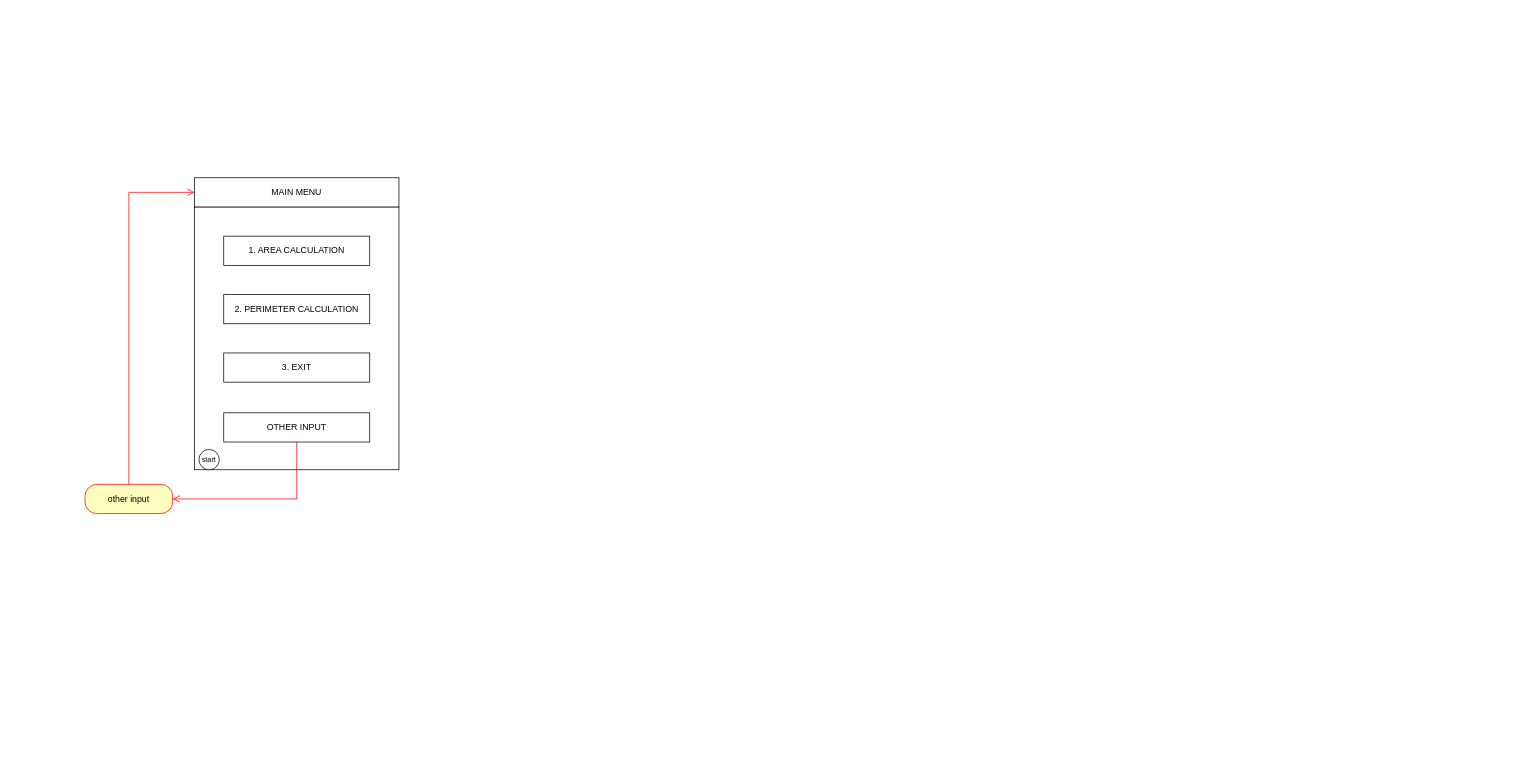
Before: page "Page-1" (1 of 2) of GeometricShapes.drawio in devAbbasAlasgarov/GeometricShapes, a draw.io diagram. Source tidied: cells renumbered, new cells numbered last; positions are measured from the earlier drawing's top-left corner, leaving out a move shared by most shapes. Both pictures are drawn from the tidied source at 73%, with x=0, y=0 at pixel (85, 177).
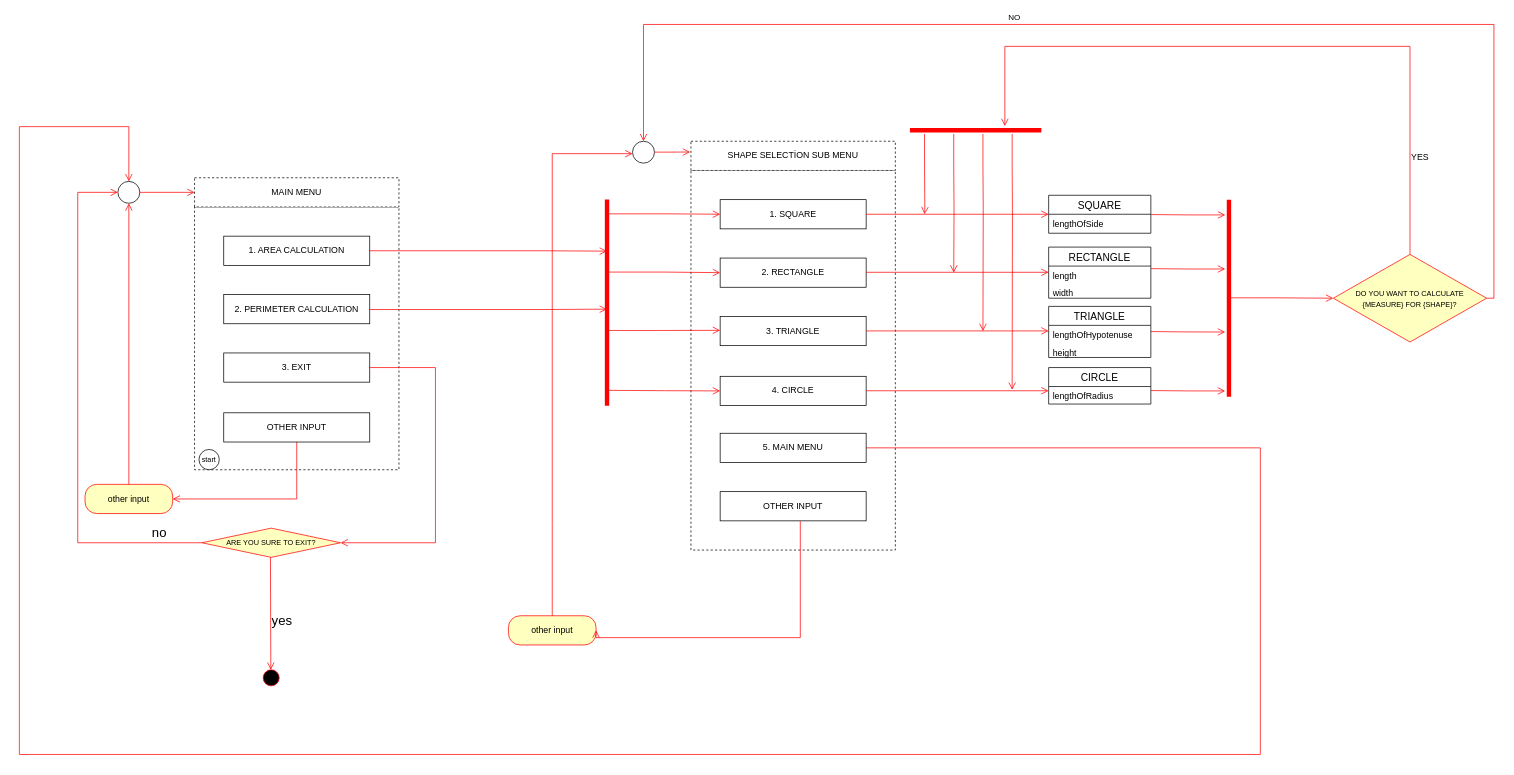
After the change.

The change refers to these unchanged cells:
```xml
<mxCell id="4" value="1. AREA CALCULATION" style="html=1;whiteSpace=wrap;" parent="1" vertex="1">
  <mxGeometry x="190" y="80" width="200" height="40" as="geometry" />
</mxCell>
<mxCell id="6" value="3. EXIT" style="html=1;whiteSpace=wrap;" parent="1" vertex="1">
  <mxGeometry x="190" y="240" width="200" height="40" as="geometry" />
</mxCell>
<mxCell id="10" value="other input" style="rounded=1;whiteSpace=wrap;html=1;arcSize=40;fontColor=#000000;fillColor=#ffffc0;strokeColor=#ff0000;" parent="1" vertex="1">
  <mxGeometry y="420" width="120" height="40" as="geometry" />
</mxCell>
<mxCell id="13" value="OTHER INPUT" style="html=1;whiteSpace=wrap;" parent="1" vertex="1">
  <mxGeometry x="190" y="322" width="200" height="40" as="geometry" />
</mxCell>
```

What changed in the source:
```diff
@@
-    <mxCell id="2" style="rounded=0;whiteSpace=wrap;html=1;" parent="1" vertex="1">
-      <mxGeometry x="150" y="40" width="280" height="360" as="geometry" />
-    </mxCell>
-    <mxCell id="3" value="MAIN MENU" style="html=1;whiteSpace=wrap;" parent="1" vertex="1">
-      <mxGeometry x="150" width="280" height="40" as="geometry" />
-    </mxCell>
+    <mxCell id="14" style="fontStyle=0;dashed=1;html=1;whiteSpace=wrap;" parent="1" vertex="1">
+      <mxGeometry x="150" y="40" width="280" height="360" as="geometry" />
+    </mxCell>
@@
-    <mxCell id="11" style="edgeStyle=orthogonalEdgeStyle;html=1;verticalAlign=bottom;endArrow=open;endSize=8;strokeColor=#ff0000;rounded=0;" parent="1" edge="1" source="10" target="3">
-      <mxGeometry relative="1" as="geometry">
-        <Array as="points">
-          <mxPoint x="60" y="20" />
-        </Array>
-      </mxGeometry>
+    <mxCell id="11" style="edgeStyle=orthogonalEdgeStyle;html=1;verticalAlign=bottom;endArrow=open;endSize=8;strokeColor=#ff0000;rounded=0;entryX=0.5;entryY=1;entryDx=0;entryDy=0;" parent="1" edge="1" source="10" target="18">
+      <mxGeometry relative="1" as="geometry" />
     </mxCell>
-    <mxCell id="12" style="edgeStyle=orthogonalEdgeStyle;html=1;verticalAlign=bottom;endArrow=open;endSize=8;strokeColor=#ff0000;rounded=0;entryX=1;entryY=0.5;entryDx=0;entryDy=0;" parent="1" edge="1" source="13" target="10">
+    <mxCell id="12" style="edgeStyle=orthogonalEdgeStyle;html=1;verticalAlign=bottom;endArrow=open;endSize=8;strokeColor=#ff0000;rounded=0;entryX=1;entryY=0.5;entryDx=0;entryDy=0;exitX=0.5;exitY=1;exitDx=0;exitDy=0;" parent="1" edge="1" source="13" target="10">
       <mxGeometry relative="1" as="geometry">
         <Array as="points">
           <mxPoint x="290" y="440" />
         </Array>
       </mxGeometry>
     </mxCell>
@@
+    <mxCell id="15" value="&lt;font style=&quot;font-size: 10px;&quot;&gt;ARE YOU SURE TO EXIT?&lt;/font&gt;" style="rhombus;whiteSpace=wrap;html=1;fontColor=#000000;fillColor=#ffffc0;strokeColor=#ff0000;" parent="1" vertex="1">
+      <mxGeometry x="160" y="480" width="190" height="40" as="geometry" />
+    </mxCell>
+    <mxCell id="16" value="&lt;font style=&quot;font-size: 18px;&quot;&gt;no&lt;/font&gt;" style="edgeStyle=orthogonalEdgeStyle;html=1;align=left;verticalAlign=bottom;endArrow=open;endSize=8;strokeColor=#ff0000;rounded=0;exitX=0;exitY=0.5;exitDx=0;exitDy=0;entryX=0;entryY=0.5;entryDx=0;entryDy=0;" parent="1" edge="1" source="15" target="18">
+      <mxGeometry x="-0.8" relative="1" as="geometry">
+        <Array as="points">
+          <mxPoint x="-10" y="500" />
+          <mxPoint x="-10" y="20" />
+        </Array>
+      </mxGeometry>
+    </mxCell>
+    <mxCell id="17" style="edgeStyle=orthogonalEdgeStyle;html=1;align=left;verticalAlign=top;endArrow=open;endSize=8;strokeColor=#ff0000;rounded=0;entryX=1;entryY=0.5;entryDx=0;entryDy=0;exitX=1;exitY=0.5;exitDx=0;exitDy=0;" parent="1" edge="1" source="6" target="15">
+      <mxGeometry x="-0.09" y="40" relative="1" as="geometry">
+        <Array as="points">
+          <mxPoint x="480" y="260" />
+          <mxPoint x="480" y="500" />
+        </Array>
+      </mxGeometry>
+    </mxCell>
+    <mxCell id="3" value="MAIN MENU" style="fontStyle=0;dashed=1;html=1;whiteSpace=wrap;" parent="1" vertex="1">
+      <mxGeometry x="150" width="280" height="40" as="geometry" />
+    </mxCell>
+    <mxCell id="18" style="ellipse;" parent="1" vertex="1">
+      <mxGeometry x="45" y="5" width="30" height="30" as="geometry" />
+    </mxCell>
+    <mxCell id="19" style="edgeStyle=orthogonalEdgeStyle;html=1;verticalAlign=bottom;endArrow=open;endSize=8;strokeColor=#ff0000;rounded=0;exitX=1;exitY=0.5;exitDx=0;exitDy=0;entryX=0;entryY=0.5;entryDx=0;entryDy=0;" parent="1" edge="1" source="18" target="3">
+      <mxGeometry relative="1" as="geometry" />
+    </mxCell>
+    <mxCell id="20" style="group;" parent="1" vertex="1">
+      <mxGeometry x="240" y="520" width="30" height="180" as="geometry" />
+    </mxCell>
+    <mxCell id="21" value="&lt;font style=&quot;font-size: 18px;&quot;&gt;yes&lt;/font&gt;" style="edgeStyle=orthogonalEdgeStyle;html=1;align=left;verticalAlign=top;endArrow=open;endSize=8;strokeColor=#ff0000;rounded=0;entryX=0.483;entryY=0.136;entryDx=0;entryDy=0;entryPerimeter=0;" parent="20" edge="1" target="22">
+      <mxGeometry x="-0.09" relative="1" as="geometry">
+        <mxPoint x="14" as="sourcePoint" />
+      </mxGeometry>
+    </mxCell>
+    <mxCell id="22" style="ellipse;html=1;shape=startState;fillColor=#000000;strokeColor=#ff0000;" parent="20" vertex="1">
+      <mxGeometry y="150" width="30" height="30" as="geometry" />
+    </mxCell>
+    <mxCell id="23" style="fontStyle=0;dashed=1;html=1;whiteSpace=wrap;" parent="1" vertex="1">
+      <mxGeometry x="830" y="-10" width="280" height="520" as="geometry" />
+    </mxCell>
+    <mxCell id="24" value="1. SQUARE" style="html=1;whiteSpace=wrap;" parent="1" vertex="1">
+      <mxGeometry x="870" y="30" width="200" height="40" as="geometry" />
+    </mxCell>
+    <mxCell id="25" value="2. RECTANGLE" style="html=1;whiteSpace=wrap;" parent="1" vertex="1">
+      <mxGeometry x="870" y="110" width="200" height="40" as="geometry" />
+    </mxCell>
+    <mxCell id="26" value="3. TRIANGLE" style="html=1;whiteSpace=wrap;" parent="1" vertex="1">
+      <mxGeometry x="870" y="190" width="200" height="40" as="geometry" />
+    </mxCell>
+    <mxCell id="27" value="4. CIRCLE" style="html=1;whiteSpace=wrap;" parent="1" vertex="1">
+      <mxGeometry x="870" y="272" width="200" height="40" as="geometry" />
+    </mxCell>
+    <mxCell id="28" value="SHAPE SELECTİON SUB MENU" style="fontStyle=0;dashed=1;html=1;whiteSpace=wrap;" parent="1" vertex="1">
+      <mxGeometry x="830" y="-50" width="280" height="40" as="geometry" />
+    </mxCell>
+    <mxCell id="29" value="OTHER INPUT" style="html=1;whiteSpace=wrap;" parent="1" vertex="1">
+      <mxGeometry x="870" y="430" width="200" height="40" as="geometry" />
+    </mxCell>
+    <mxCell id="30" value="other input" style="rounded=1;whiteSpace=wrap;html=1;arcSize=40;fontColor=#000000;fillColor=#ffffc0;strokeColor=#ff0000;" parent="1" vertex="1">
+      <mxGeometry x="580" y="600" width="120" height="40" as="geometry" />
+    </mxCell>
+    <mxCell id="31" style="edgeStyle=orthogonalEdgeStyle;html=1;verticalAlign=bottom;endArrow=open;endSize=8;strokeColor=#ff0000;rounded=0;" parent="1" edge="1" source="30">
+      <mxGeometry relative="1" as="geometry">
+        <mxPoint x="750" y="-33" as="targetPoint" />
+        <Array as="points">
+          <mxPoint x="640" y="475" />
+          <mxPoint x="640" y="-33" />
+        </Array>
+      </mxGeometry>
+    </mxCell>
+    <mxCell id="32" style="edgeStyle=orthogonalEdgeStyle;html=1;verticalAlign=bottom;endArrow=open;endSize=8;strokeColor=#ff0000;rounded=0;entryX=1;entryY=0.5;entryDx=0;entryDy=0;exitX=0.549;exitY=1.008;exitDx=0;exitDy=0;exitPerimeter=0;" parent="1" edge="1" source="29" target="30">
+      <mxGeometry relative="1" as="geometry">
+        <Array as="points">
+          <mxPoint x="980" y="630" />
+        </Array>
+      </mxGeometry>
+    </mxCell>
+    <mxCell id="33" style="edgeStyle=orthogonalEdgeStyle;html=1;align=left;verticalAlign=top;endArrow=open;endSize=8;strokeColor=#ff0000;rounded=0;exitX=1;exitY=0.5;exitDx=0;exitDy=0;entryX=0.5;entryY=0;entryDx=0;entryDy=0;" parent="1" edge="1" source="34" target="18">
+      <mxGeometry x="-0.09" y="40" relative="1" as="geometry">
+        <Array as="points">
+          <mxPoint x="1610" y="370" />
+          <mxPoint x="1610" y="790" />
+          <mxPoint x="-90" y="790" />
+          <mxPoint x="-90" y="-70" />
+          <mxPoint x="60" y="-70" />
+        </Array>
+      </mxGeometry>
+    </mxCell>
+    <mxCell id="34" value="5. MAIN MENU" style="html=1;whiteSpace=wrap;" parent="1" vertex="1">
+      <mxGeometry x="870" y="350" width="200" height="40" as="geometry" />
+    </mxCell>
+    <mxCell id="35" style="edgeStyle=orthogonalEdgeStyle;html=1;verticalAlign=bottom;endArrow=open;endSize=8;strokeColor=#ff0000;rounded=0;exitX=1;exitY=0.5;exitDx=0;exitDy=0;entryX=0.75;entryY=0.5;entryDx=0;entryDy=0;entryPerimeter=0;" parent="1" edge="1" source="4" target="36">
+      <mxGeometry relative="1" as="geometry">
+        <Array as="points">
+          <mxPoint x="630" y="100" />
+        </Array>
+      </mxGeometry>
+    </mxCell>
+    <mxCell id="36" style="shape=line;html=1;strokeWidth=6;strokeColor=#ff0000;rotation=-90;" parent="1" vertex="1">
+      <mxGeometry x="573.8" y="166.2" width="282.5" height="10" as="geometry" />
+    </mxCell>
+    <mxCell id="37" style="edgeStyle=orthogonalEdgeStyle;html=1;verticalAlign=bottom;endArrow=open;endSize=8;strokeColor=#ff0000;rounded=0;exitX=1;exitY=0.5;exitDx=0;exitDy=0;" parent="1" edge="1">
+      <mxGeometry relative="1" as="geometry">
+        <mxPoint x="390" y="180.5" as="sourcePoint" />
+        <mxPoint x="715" y="180" as="targetPoint" />
+        <Array as="points">
+          <mxPoint x="630" y="180" />
+          <mxPoint x="700" y="180" />
+        </Array>
+      </mxGeometry>
+    </mxCell>
+    <mxCell id="38" style="edgeStyle=orthogonalEdgeStyle;html=1;verticalAlign=bottom;endArrow=open;endSize=8;strokeColor=#ff0000;rounded=0;exitX=0.931;exitY=0.628;exitDx=0;exitDy=0;exitPerimeter=0;entryX=0;entryY=0.5;entryDx=0;entryDy=0;" parent="1" edge="1" source="36" target="24">
+      <mxGeometry relative="1" as="geometry" />
+    </mxCell>
+    <mxCell id="39" style="edgeStyle=orthogonalEdgeStyle;html=1;verticalAlign=bottom;endArrow=open;endSize=8;strokeColor=#ff0000;rounded=0;exitX=0.931;exitY=0.628;exitDx=0;exitDy=0;exitPerimeter=0;entryX=0;entryY=0.5;entryDx=0;entryDy=0;" parent="1" edge="1" target="25">
+      <mxGeometry relative="1" as="geometry">
+        <mxPoint x="716" y="129.2" as="sourcePoint" />
+        <Array as="points">
+          <mxPoint x="793" y="129" />
+        </Array>
+      </mxGeometry>
+    </mxCell>
+    <mxCell id="40" style="edgeStyle=orthogonalEdgeStyle;html=1;verticalAlign=bottom;endArrow=open;endSize=8;strokeColor=#ff0000;rounded=0;exitX=0.931;exitY=0.628;exitDx=0;exitDy=0;exitPerimeter=0;" parent="1" edge="1">
+      <mxGeometry relative="1" as="geometry">
+        <mxPoint x="716" y="209.2" as="sourcePoint" />
+        <mxPoint x="870" y="209" as="targetPoint" />
+        <Array as="points">
+          <mxPoint x="793" y="209" />
+        </Array>
+      </mxGeometry>
+    </mxCell>
+    <mxCell id="41" style="edgeStyle=orthogonalEdgeStyle;html=1;verticalAlign=bottom;endArrow=open;endSize=8;strokeColor=#ff0000;rounded=0;exitX=0.931;exitY=0.628;exitDx=0;exitDy=0;exitPerimeter=0;" parent="1" edge="1" target="27">
+      <mxGeometry relative="1" as="geometry">
+        <mxPoint x="716" y="291.2" as="sourcePoint" />
+      </mxGeometry>
+    </mxCell>
+    <mxCell id="42" style="edgeStyle=orthogonalEdgeStyle;html=1;verticalAlign=bottom;endArrow=open;endSize=8;strokeColor=#ff0000;rounded=0;exitX=1;exitY=0.5;exitDx=0;exitDy=0;" parent="1" edge="1" source="24">
+      <mxGeometry relative="1" as="geometry">
+        <mxPoint x="1320" y="50" as="targetPoint" />
+      </mxGeometry>
+    </mxCell>
+    <mxCell id="43" style="edgeStyle=orthogonalEdgeStyle;html=1;verticalAlign=bottom;endArrow=open;endSize=8;strokeColor=#ff0000;rounded=0;exitX=1;exitY=0.5;exitDx=0;exitDy=0;" parent="1" edge="1">
+      <mxGeometry relative="1" as="geometry">
+        <mxPoint x="1070" y="129.5" as="sourcePoint" />
+        <mxPoint x="1320" y="129.5" as="targetPoint" />
+      </mxGeometry>
+    </mxCell>
+    <mxCell id="44" style="edgeStyle=orthogonalEdgeStyle;html=1;verticalAlign=bottom;endArrow=open;endSize=8;strokeColor=#ff0000;rounded=0;exitX=1;exitY=0.5;exitDx=0;exitDy=0;" parent="1" edge="1">
+      <mxGeometry relative="1" as="geometry">
+        <mxPoint x="1070" y="209.8" as="sourcePoint" />
+        <mxPoint x="1320" y="209.8" as="targetPoint" />
+      </mxGeometry>
+    </mxCell>
+    <mxCell id="45" style="edgeStyle=orthogonalEdgeStyle;html=1;verticalAlign=bottom;endArrow=open;endSize=8;strokeColor=#ff0000;rounded=0;exitX=1;exitY=0.5;exitDx=0;exitDy=0;" parent="1" edge="1">
+      <mxGeometry relative="1" as="geometry">
+        <mxPoint x="1070" y="291.8" as="sourcePoint" />
+        <mxPoint x="1320" y="291.8" as="targetPoint" />
+      </mxGeometry>
+    </mxCell>
+    <mxCell id="46" value="&lt;font style=&quot;font-size: 10px;&quot;&gt;DO YOU WANT TO CALCULATE &lt;br&gt;{MEASURE} FOR {SHAPE}?&lt;/font&gt;" style="rhombus;whiteSpace=wrap;html=1;fontColor=#000000;fillColor=#ffffc0;strokeColor=#ff0000;" parent="1" vertex="1">
+      <mxGeometry x="1710" y="105" width="210" height="120" as="geometry" />
+    </mxCell>
+    <mxCell id="47" value="NO" style="edgeStyle=orthogonalEdgeStyle;html=1;align=left;verticalAlign=bottom;endArrow=open;endSize=8;strokeColor=#ff0000;rounded=0;exitX=1;exitY=0.5;exitDx=0;exitDy=0;entryX=0.5;entryY=0;entryDx=0;entryDy=0;" parent="1" edge="1" source="46" target="70">
+      <mxGeometry x="0.23" relative="1" as="geometry">
+        <Array as="points">
+          <mxPoint x="1930" y="165" />
+          <mxPoint x="1930" y="-210" />
+          <mxPoint x="765" y="-210" />
+        </Array>
+      </mxGeometry>
+    </mxCell>
+    <mxCell id="48" value="&lt;font style=&quot;font-size: 12px;&quot;&gt;YES&lt;/font&gt;" style="edgeStyle=orthogonalEdgeStyle;html=1;align=left;verticalAlign=top;endArrow=open;endSize=8;strokeColor=#ff0000;rounded=0;" parent="1" edge="1" source="46">
+      <mxGeometry x="-0.69" relative="1" as="geometry">
+        <mxPoint x="1260" y="-70.8" as="targetPoint" />
+        <Array as="points">
+          <mxPoint x="1815" y="-180" />
+          <mxPoint x="1260" y="-180" />
+        </Array>
+      </mxGeometry>
+    </mxCell>
+    <mxCell id="49" value="SQUARE" style="swimlane;fontStyle=0;horizontal=1;startSize=26;align=center;fontSize=14;" parent="1" vertex="1">
+      <mxGeometry x="1320" y="24" width="140" height="52" as="geometry" />
+    </mxCell>
+    <mxCell id="50" value="lengthOfSide" style="text;strokeColor=none;fillColor=none;spacingLeft=4;spacingRight=4;overflow=hidden;fontSize=12;whiteSpace=wrap;html=1;" parent="49" vertex="1">
+      <mxGeometry y="26" width="140" height="26" as="geometry" />
+    </mxCell>
+    <mxCell id="51" value="RECTANGLE" style="swimlane;fontStyle=0;horizontal=1;startSize=26;align=center;fontSize=14;" parent="1" vertex="1">
+      <mxGeometry x="1320" y="95" width="140" height="70" as="geometry" />
+    </mxCell>
+    <mxCell id="52" value="length" style="text;strokeColor=none;fillColor=none;spacingLeft=4;spacingRight=4;overflow=hidden;fontSize=12;whiteSpace=wrap;html=1;" parent="51" vertex="1">
+      <mxGeometry y="26" width="140" height="24" as="geometry" />
+    </mxCell>
+    <mxCell id="53" value="width" style="text;strokeColor=none;fillColor=none;spacingLeft=4;spacingRight=4;overflow=hidden;fontSize=12;whiteSpace=wrap;html=1;" parent="51" vertex="1">
+      <mxGeometry y="50" width="140" height="20" as="geometry" />
+    </mxCell>
+    <mxCell id="54" value="TRIANGLE" style="swimlane;fontStyle=0;horizontal=1;startSize=26;align=center;fontSize=14;" parent="1" vertex="1">
+      <mxGeometry x="1320" y="176.2" width="140" height="70" as="geometry" />
+    </mxCell>
+    <mxCell id="55" value="lengthOfHypotenuse" style="text;strokeColor=none;fillColor=none;spacingLeft=4;spacingRight=4;overflow=hidden;fontSize=12;whiteSpace=wrap;html=1;" parent="54" vertex="1">
+      <mxGeometry y="26" width="140" height="24" as="geometry" />
+    </mxCell>
+    <mxCell id="56" value="height" style="text;strokeColor=none;fillColor=none;spacingLeft=4;spacingRight=4;overflow=hidden;fontSize=12;whiteSpace=wrap;html=1;" parent="54" vertex="1">
+      <mxGeometry y="50" width="140" height="20" as="geometry" />
+    </mxCell>
+    <mxCell id="57" value="CIRCLE" style="swimlane;fontStyle=0;horizontal=1;startSize=26;align=center;fontSize=14;" parent="1" vertex="1">
+      <mxGeometry x="1320" y="260" width="140" height="50" as="geometry" />
+    </mxCell>
+    <mxCell id="58" value="lengthOfRadius" style="text;strokeColor=none;fillColor=none;spacingLeft=4;spacingRight=4;overflow=hidden;fontSize=12;whiteSpace=wrap;html=1;" parent="57" vertex="1">
+      <mxGeometry y="26" width="140" height="24" as="geometry" />
+    </mxCell>
+    <mxCell id="59" style="edgeStyle=orthogonalEdgeStyle;html=1;verticalAlign=bottom;endArrow=open;endSize=8;strokeColor=#ff0000;rounded=0;exitX=0.987;exitY=0.488;exitDx=0;exitDy=0;exitPerimeter=0;" parent="1" edge="1">
+      <mxGeometry relative="1" as="geometry">
+        <mxPoint x="1460.2" y="50.4" as="sourcePoint" />
+        <mxPoint x="1562" y="50.9" as="targetPoint" />
+      </mxGeometry>
+    </mxCell>
+    <mxCell id="60" style="edgeStyle=orthogonalEdgeStyle;html=1;verticalAlign=bottom;endArrow=open;endSize=8;strokeColor=#ff0000;rounded=0;exitX=0.987;exitY=0.488;exitDx=0;exitDy=0;exitPerimeter=0;" parent="1" edge="1">
+      <mxGeometry relative="1" as="geometry">
+        <mxPoint x="1460" y="124.5" as="sourcePoint" />
+        <mxPoint x="1561.8" y="125" as="targetPoint" />
+      </mxGeometry>
+    </mxCell>
+    <mxCell id="61" style="edgeStyle=orthogonalEdgeStyle;html=1;verticalAlign=bottom;endArrow=open;endSize=8;strokeColor=#ff0000;rounded=0;exitX=0.987;exitY=0.488;exitDx=0;exitDy=0;exitPerimeter=0;" parent="1" edge="1">
+      <mxGeometry relative="1" as="geometry">
+        <mxPoint x="1460" y="210.7" as="sourcePoint" />
+        <mxPoint x="1561.8" y="211.3" as="targetPoint" />
+      </mxGeometry>
+    </mxCell>
+    <mxCell id="62" style="edgeStyle=orthogonalEdgeStyle;html=1;verticalAlign=bottom;endArrow=open;endSize=8;strokeColor=#ff0000;rounded=0;exitX=0.987;exitY=0.488;exitDx=0;exitDy=0;exitPerimeter=0;" parent="1" edge="1">
+      <mxGeometry relative="1" as="geometry">
+        <mxPoint x="1460" y="291.5" as="sourcePoint" />
+        <mxPoint x="1561.8" y="292" as="targetPoint" />
+      </mxGeometry>
+    </mxCell>
+    <mxCell id="63" style="shape=line;html=1;strokeWidth=6;strokeColor=#ff0000;rotation=-90;" parent="1" vertex="1">
+      <mxGeometry x="1432" y="160" width="270" height="10" as="geometry" />
+    </mxCell>
+    <mxCell id="64" style="edgeStyle=orthogonalEdgeStyle;html=1;verticalAlign=bottom;endArrow=open;endSize=8;strokeColor=#ff0000;rounded=0;exitX=0.502;exitY=0.6;exitDx=0;exitDy=0;exitPerimeter=0;" parent="1" edge="1" source="63">
+      <mxGeometry relative="1" as="geometry">
+        <mxPoint x="1710" y="165" as="targetPoint" />
+        <Array as="points">
+          <mxPoint x="1631" y="164" />
+          <mxPoint x="1690" y="165" />
+        </Array>
+      </mxGeometry>
+    </mxCell>
+    <mxCell id="65" style="shape=line;html=1;strokeWidth=6;strokeColor=#ff0000;rotation=0;" parent="1" vertex="1">
+      <mxGeometry x="1130" y="-70" width="180" height="10" as="geometry" />
+    </mxCell>
+    <mxCell id="66" style="edgeStyle=orthogonalEdgeStyle;html=1;verticalAlign=bottom;endArrow=open;endSize=8;strokeColor=#ff0000;rounded=0;exitX=0.931;exitY=0.628;exitDx=0;exitDy=0;exitPerimeter=0;" parent="1" edge="1">
+      <mxGeometry relative="1" as="geometry">
+        <mxPoint x="1150" y="-60" as="sourcePoint" />
+        <mxPoint x="1150" y="50" as="targetPoint" />
+        <Array as="points">
+          <mxPoint x="1150.4" y="-16.3" />
+          <mxPoint x="1150.4" y="-16.3" />
+          <mxPoint x="1150.4" y="43.7" />
+        </Array>
+      </mxGeometry>
+    </mxCell>
+    <mxCell id="67" style="edgeStyle=orthogonalEdgeStyle;html=1;verticalAlign=bottom;endArrow=open;endSize=8;strokeColor=#ff0000;rounded=0;exitX=0.931;exitY=0.628;exitDx=0;exitDy=0;exitPerimeter=0;" parent="1" edge="1">
+      <mxGeometry relative="1" as="geometry">
+        <mxPoint x="1190" y="-60" as="sourcePoint" />
+        <mxPoint x="1190" y="130" as="targetPoint" />
+        <Array as="points">
+          <mxPoint x="1190.4" y="-16.3" />
+          <mxPoint x="1190.4" y="-16.3" />
+          <mxPoint x="1190.4" y="43.7" />
+        </Array>
+      </mxGeometry>
+    </mxCell>
+    <mxCell id="68" style="edgeStyle=orthogonalEdgeStyle;html=1;verticalAlign=bottom;endArrow=open;endSize=8;strokeColor=#ff0000;rounded=0;exitX=0.931;exitY=0.628;exitDx=0;exitDy=0;exitPerimeter=0;" parent="1" edge="1">
+      <mxGeometry relative="1" as="geometry">
+        <mxPoint x="1230" y="-60" as="sourcePoint" />
+        <mxPoint x="1230" y="210" as="targetPoint" />
+        <Array as="points">
+          <mxPoint x="1230.4" y="-16.3" />
+          <mxPoint x="1230.4" y="-16.3" />
+          <mxPoint x="1230.4" y="43.7" />
+        </Array>
+      </mxGeometry>
+    </mxCell>
+    <mxCell id="69" style="edgeStyle=orthogonalEdgeStyle;html=1;verticalAlign=bottom;endArrow=open;endSize=8;strokeColor=#ff0000;rounded=0;exitX=0.931;exitY=0.628;exitDx=0;exitDy=0;exitPerimeter=0;" parent="1" edge="1">
+      <mxGeometry relative="1" as="geometry">
+        <mxPoint x="1270" y="-60" as="sourcePoint" />
+        <mxPoint x="1270" y="290.5" as="targetPoint" />
+        <Array as="points">
+          <mxPoint x="1270.4" y="-16.3" />
+          <mxPoint x="1270.4" y="-16.3" />
+          <mxPoint x="1270.4" y="43.7" />
+        </Array>
+      </mxGeometry>
+    </mxCell>
+    <mxCell id="70" style="ellipse;" parent="1" vertex="1">
+      <mxGeometry x="750" y="-50" width="30" height="30" as="geometry" />
+    </mxCell>
+    <mxCell id="71" style="edgeStyle=orthogonalEdgeStyle;html=1;verticalAlign=bottom;endArrow=open;endSize=8;strokeColor=#ff0000;rounded=0;exitX=1;exitY=0.5;exitDx=0;exitDy=0;entryX=-0.004;entryY=0.368;entryDx=0;entryDy=0;entryPerimeter=0;" parent="1" edge="1" target="28">
+      <mxGeometry relative="1" as="geometry">
+        <mxPoint x="780" y="-35.1" as="sourcePoint" />
+        <Array as="points">
+          <mxPoint x="800" y="-35" />
+        </Array>
+      </mxGeometry>
+    </mxCell>
```
